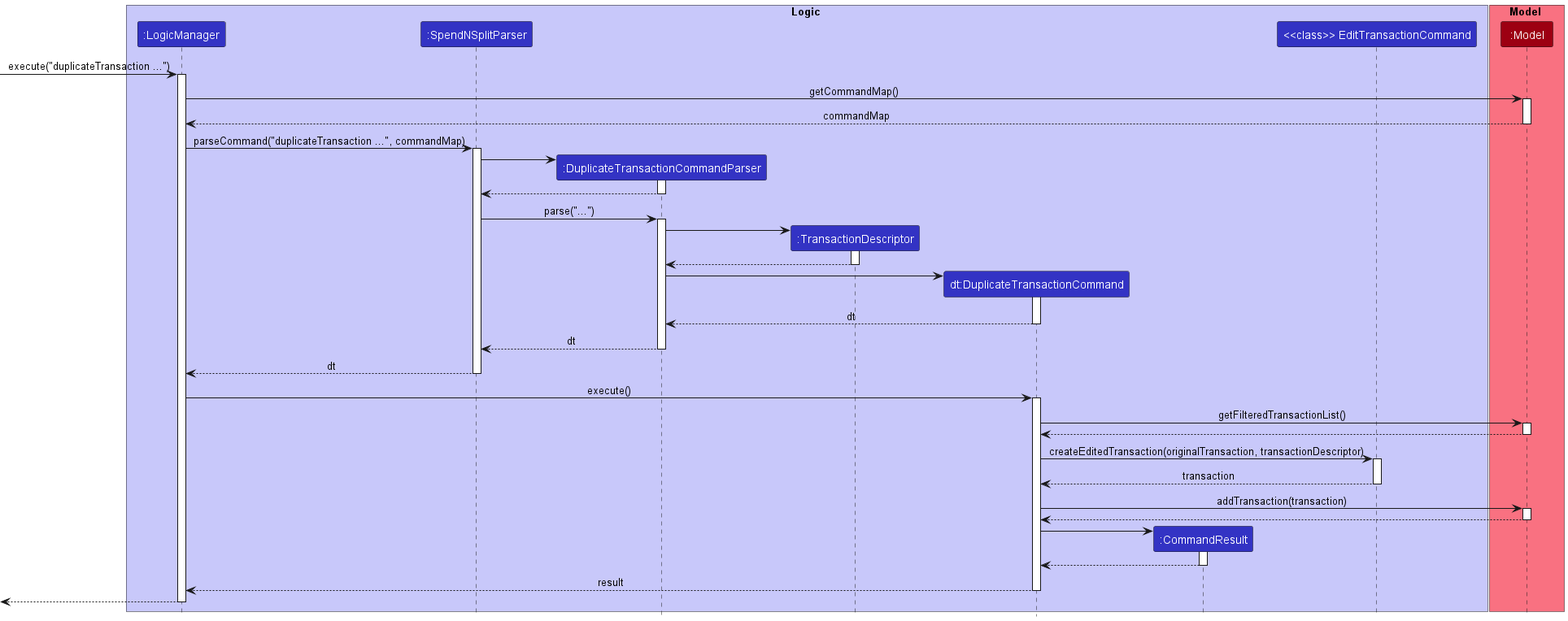
Earlier version of the PlantUML export docs/images/DuplicateTransactionSequenceDiagram.png (nus-cs2103-AY2324S1/tp).
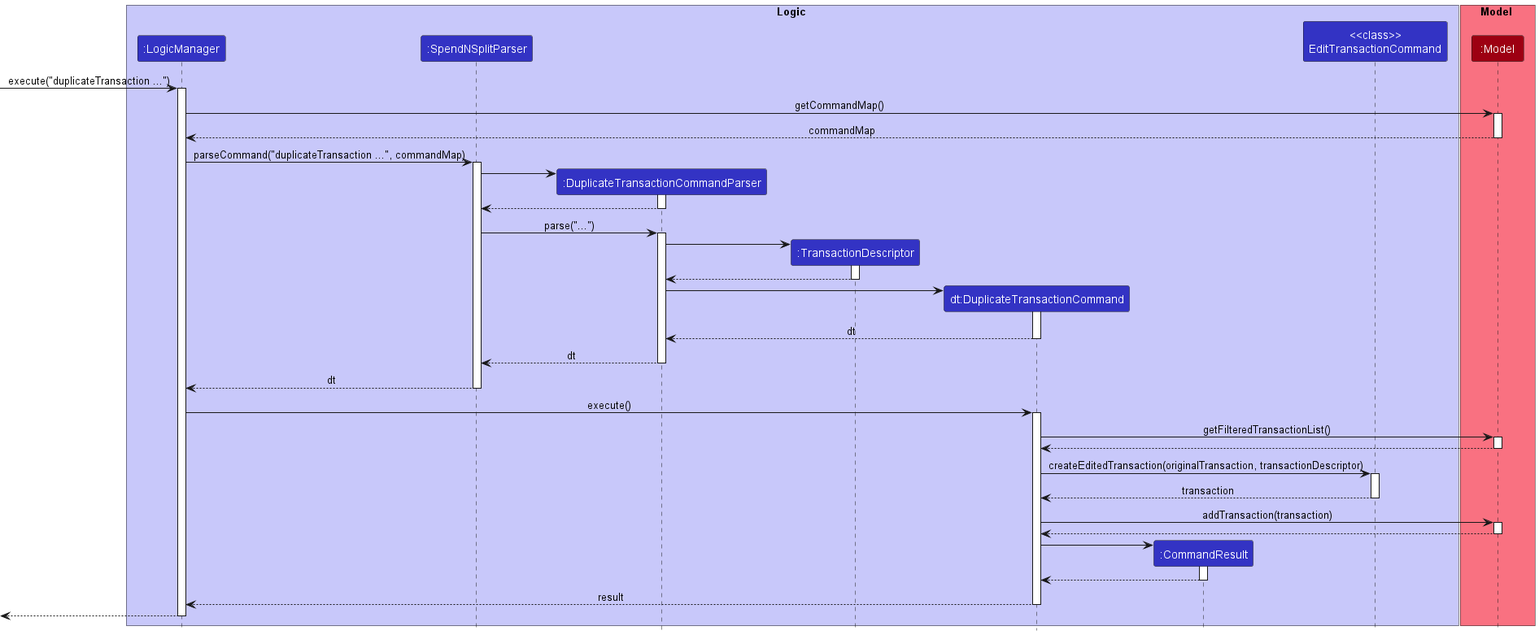
The same diagram one commit later.

Change to the diagram source:
```diff
@@ -9,7 +9,7 @@
 participant ":TransactionDescriptor" as TransactionDescriptor LOGIC_COLOR
 participant "dt:DuplicateTransactionCommand" as DuplicateTransactionCommand LOGIC_COLOR
 participant ":CommandResult" as CommandResult LOGIC_COLOR
-participant "<<class>> EditTransactionCommand" as EditTransactionCommand LOGIC_COLOR
+participant "<<class>>\nEditTransactionCommand" as EditTransactionCommandClass LOGIC_COLOR
 end box
 
 box Model MODEL_COLOR_T1
@@ -66,11 +66,11 @@
 Model --> DuplicateTransactionCommand
 deactivate Model
 
-DuplicateTransactionCommand -> EditTransactionCommand : createEditedTransaction(originalTransaction, transactionDescriptor)
-activate EditTransactionCommand
+DuplicateTransactionCommand -> EditTransactionCommandClass : createEditedTransaction(originalTransaction, transactionDescriptor)
+activate EditTransactionCommandClass
 
-EditTransactionCommand --> DuplicateTransactionCommand : transaction
-deactivate EditTransactionCommand
+EditTransactionCommandClass --> DuplicateTransactionCommand : transaction
+deactivate EditTransactionCommandClass
 
 DuplicateTransactionCommand -> Model : addTransaction(transaction)
 activate Model
```
